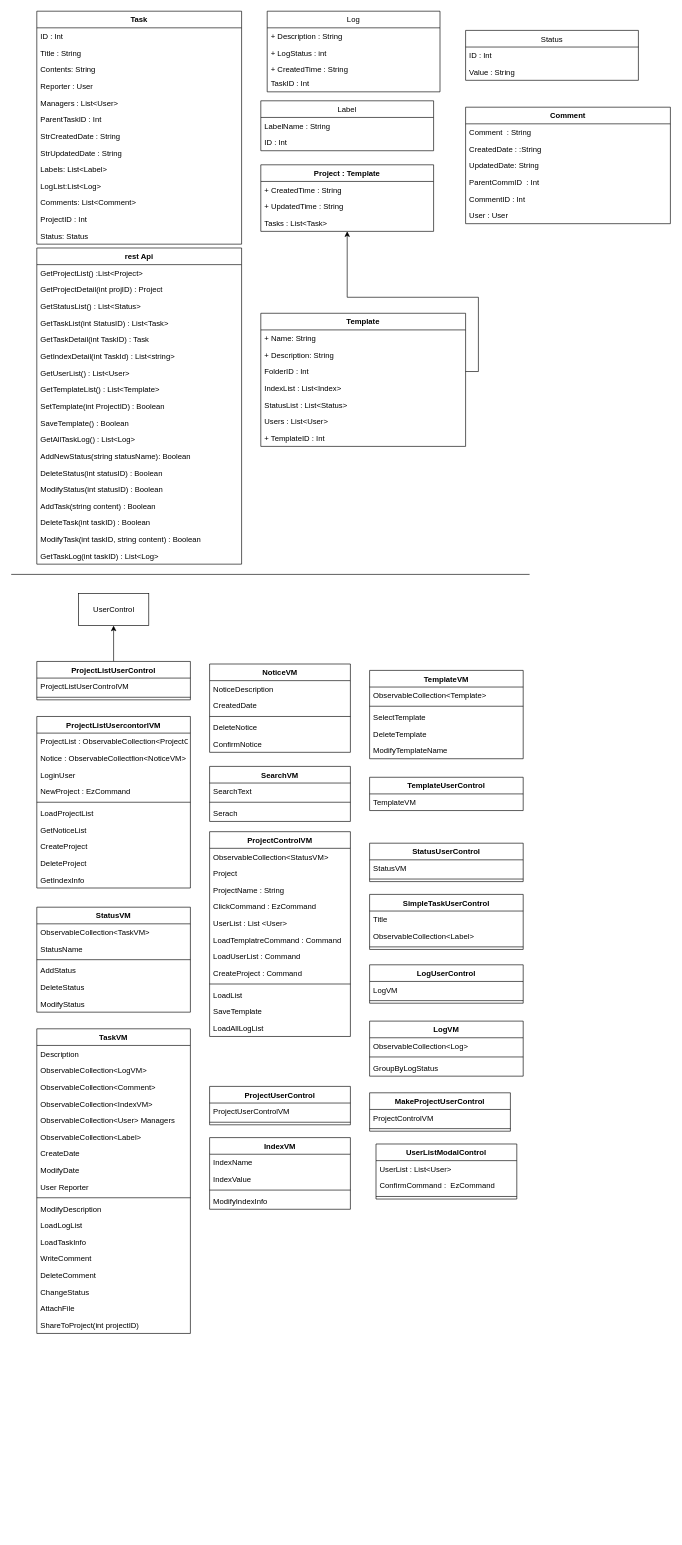
Before: Untitled Diagram.drawio in InsoooooooooJANG/TIL, a draw.io diagram. Source tidied: cells renumbered, new cells numbered last; positions are measured from the earlier drawing's top-left corner, leaving out a move shared by most shapes. Both pictures are drawn from the tidied source at 64%, with x=0, y=0 at pixel (11, 11).
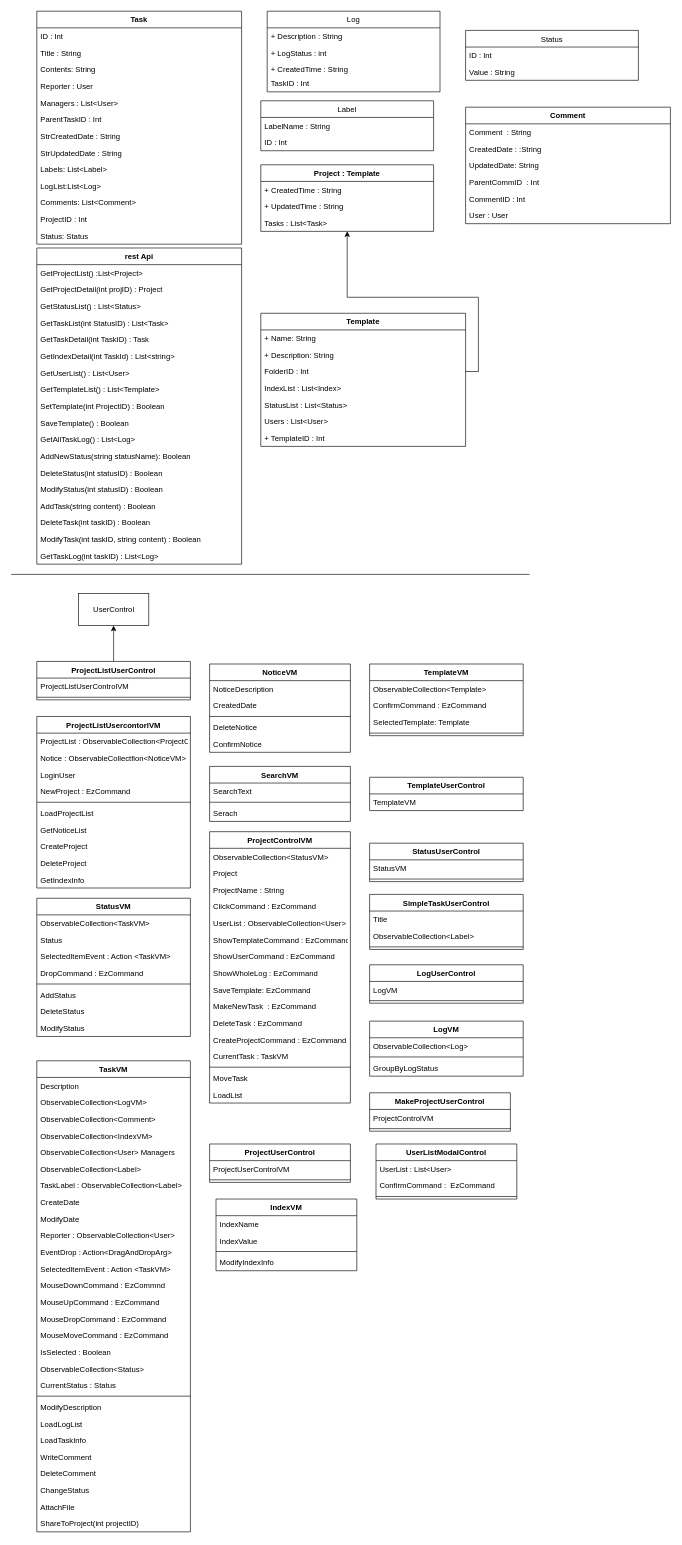
Above is the later version.

The edit, as a diff of the source:
```diff
@@
     <mxCell id="66" value="StatusVM" style="swimlane;fontStyle=1;align=center;verticalAlign=top;horizontal=1;startSize=26;" parent="1" vertex="1">
-      <mxGeometry x="40" y="1400" width="240" height="164" as="geometry" />
+      <mxGeometry x="40" y="1386" width="240" height="216" as="geometry" />
     </mxCell>
@@
-    <mxCell id="68" value="StatusName" style="text;strokeColor=none;fillColor=none;align=left;verticalAlign=top;spacingLeft=4;spacingRight=4;overflow=hidden;" parent="66" vertex="1">
+    <mxCell id="68" value="Status" style="text;strokeColor=none;fillColor=none;align=left;verticalAlign=top;spacingLeft=4;spacingRight=4;overflow=hidden;" parent="66" vertex="1">
       <mxGeometry y="52" width="240" height="26" as="geometry" />
     </mxCell>
+    <mxCell id="169" value="SelectedItemEvent : Action &lt;TaskVM&gt; " style="text;strokeColor=none;fillColor=none;align=left;verticalAlign=top;spacingLeft=4;spacingRight=4;overflow=hidden;" parent="66" vertex="1">
+      <mxGeometry y="78" width="240" height="26" as="geometry" />
+    </mxCell>
+    <mxCell id="170" value="DropCommand : EzCommand" style="text;strokeColor=none;fillColor=none;align=left;verticalAlign=top;spacingLeft=4;spacingRight=4;overflow=hidden;" parent="66" vertex="1">
+      <mxGeometry y="104" width="240" height="26" as="geometry" />
+    </mxCell>
     <mxCell id="69" style="line;strokeWidth=1;fillColor=none;align=left;verticalAlign=middle;spacingTop=-1;spacingLeft=3;spacingRight=3;labelPosition=right;" parent="66" vertex="1">
-      <mxGeometry y="78" width="240" height="8" as="geometry" />
+      <mxGeometry y="130" width="240" height="8" as="geometry" />
     </mxCell>
     <mxCell id="70" value="AddStatus" style="text;strokeColor=none;fillColor=none;align=left;verticalAlign=top;spacingLeft=4;spacingRight=4;overflow=hidden;" parent="66" vertex="1">
-      <mxGeometry y="86" width="240" height="26" as="geometry" />
+      <mxGeometry y="138" width="240" height="26" as="geometry" />
     </mxCell>
     <mxCell id="71" value="DeleteStatus" style="text;strokeColor=none;fillColor=none;align=left;verticalAlign=top;spacingLeft=4;spacingRight=4;overflow=hidden;" parent="66" vertex="1">
-      <mxGeometry y="112" width="240" height="26" as="geometry" />
+      <mxGeometry y="164" width="240" height="26" as="geometry" />
     </mxCell>
     <mxCell id="72" value="ModifyStatus" style="text;strokeColor=none;fillColor=none;align=left;verticalAlign=top;spacingLeft=4;spacingRight=4;overflow=hidden;" parent="66" vertex="1">
-      <mxGeometry y="138" width="240" height="26" as="geometry" />
+      <mxGeometry y="190" width="240" height="26" as="geometry" />
     </mxCell>
     <mxCell id="73" value="ProjectControlVM" style="swimlane;fontStyle=1;align=center;verticalAlign=top;horizontal=1;startSize=26;" parent="1" vertex="1">
-      <mxGeometry x="310" y="1282" width="220" height="320" as="geometry" />
+      <mxGeometry x="310" y="1282" width="220" height="424" as="geometry" />
     </mxCell>
@@
-    <mxCell id="78" value="UserList : List &lt;User&gt;" style="text;strokeColor=none;fillColor=none;align=left;verticalAlign=top;spacingLeft=4;spacingRight=4;overflow=hidden;" parent="73" vertex="1">
+    <mxCell id="78" value="UserList : ObservableCollection&lt;User&gt;" style="text;strokeColor=none;fillColor=none;align=left;verticalAlign=top;spacingLeft=4;spacingRight=4;overflow=hidden;" parent="73" vertex="1">
       <mxGeometry y="130" width="220" height="26" as="geometry" />
     </mxCell>
-    <mxCell id="79" value="LoadTemplatreCommand : Command" style="text;strokeColor=none;fillColor=none;align=left;verticalAlign=top;spacingLeft=4;spacingRight=4;overflow=hidden;" parent="73" vertex="1">
+    <mxCell id="79" value="ShowTemplateCommand : EzCommand" style="text;strokeColor=none;fillColor=none;align=left;verticalAlign=top;spacingLeft=4;spacingRight=4;overflow=hidden;" parent="73" vertex="1">
       <mxGeometry y="156" width="220" height="26" as="geometry" />
     </mxCell>
-    <mxCell id="80" value="LoadUserList : Command" style="text;strokeColor=none;fillColor=none;align=left;verticalAlign=top;spacingLeft=4;spacingRight=4;overflow=hidden;" parent="73" vertex="1">
-      <mxGeometry y="182" width="220" height="26" as="geometry" />
-    </mxCell>
+    <mxCell id="171" value="ShowUserCommand : EzCommand" style="text;strokeColor=none;fillColor=none;align=left;verticalAlign=top;spacingLeft=4;spacingRight=4;overflow=hidden;" parent="73" vertex="1">
+      <mxGeometry y="182" width="220" height="26" as="geometry" />
+    </mxCell>
+    <mxCell id="172" value="ShowWholeLog : EzCommand" style="text;strokeColor=none;fillColor=none;align=left;verticalAlign=top;spacingLeft=4;spacingRight=4;overflow=hidden;" parent="73" vertex="1">
+      <mxGeometry y="208" width="220" height="26" as="geometry" />
+    </mxCell>
-    <mxCell id="81" value="CreateProject : Command" style="text;strokeColor=none;fillColor=none;align=left;verticalAlign=top;spacingLeft=4;spacingRight=4;overflow=hidden;" parent="73" vertex="1">
-      <mxGeometry y="208" width="220" height="26" as="geometry" />
+    <mxCell id="81" value="SaveTemplate: EzCommand" style="text;strokeColor=none;fillColor=none;align=left;verticalAlign=top;spacingLeft=4;spacingRight=4;overflow=hidden;" parent="73" vertex="1">
+      <mxGeometry y="234" width="220" height="26" as="geometry" />
     </mxCell>
+    <mxCell id="173" value="MakeNewTask  : EzCommand" style="text;strokeColor=none;fillColor=none;align=left;verticalAlign=top;spacingLeft=4;spacingRight=4;overflow=hidden;" parent="73" vertex="1">
+      <mxGeometry y="260" width="220" height="26" as="geometry" />
+    </mxCell>
+    <mxCell id="174" value="DeleteTask : EzCommand" style="text;strokeColor=none;fillColor=none;align=left;verticalAlign=top;spacingLeft=4;spacingRight=4;overflow=hidden;" parent="73" vertex="1">
+      <mxGeometry y="286" width="220" height="26" as="geometry" />
+    </mxCell>
+    <mxCell id="175" value="CreateProjectCommand : EzCommand" style="text;strokeColor=none;fillColor=none;align=left;verticalAlign=top;spacingLeft=4;spacingRight=4;overflow=hidden;" parent="73" vertex="1">
+      <mxGeometry y="312" width="220" height="26" as="geometry" />
+    </mxCell>
+    <mxCell id="176" value="CurrentTask : TaskVM" style="text;strokeColor=none;fillColor=none;align=left;verticalAlign=top;spacingLeft=4;spacingRight=4;overflow=hidden;" parent="73" vertex="1">
+      <mxGeometry y="338" width="220" height="26" as="geometry" />
+    </mxCell>
     <mxCell id="82" style="line;strokeWidth=1;fillColor=none;align=left;verticalAlign=middle;spacingTop=-1;spacingLeft=3;spacingRight=3;labelPosition=right;" parent="73" vertex="1">
-      <mxGeometry y="234" width="220" height="8" as="geometry" />
+      <mxGeometry y="364" width="220" height="8" as="geometry" />
     </mxCell>
+    <mxCell id="177" value="MoveTask " style="text;strokeColor=none;fillColor=none;align=left;verticalAlign=top;spacingLeft=4;spacingRight=4;overflow=hidden;" parent="73" vertex="1">
+      <mxGeometry y="372" width="220" height="26" as="geometry" />
+    </mxCell>
     <mxCell id="83" value="LoadList" style="text;strokeColor=none;fillColor=none;align=left;verticalAlign=top;spacingLeft=4;spacingRight=4;overflow=hidden;" parent="73" vertex="1">
-      <mxGeometry y="242" width="220" height="26" as="geometry" />
+      <mxGeometry y="398" width="220" height="26" as="geometry" />
     </mxCell>
-    <mxCell id="84" value="SaveTemplate" style="text;strokeColor=none;fillColor=none;align=left;verticalAlign=top;spacingLeft=4;spacingRight=4;overflow=hidden;" parent="73" vertex="1">
-      <mxGeometry y="268" width="220" height="26" as="geometry" />
-    </mxCell>
-    <mxCell id="85" value="LoadAllLogList" style="text;strokeColor=none;fillColor=none;align=left;verticalAlign=top;spacingLeft=4;spacingRight=4;overflow=hidden;" parent="73" vertex="1">
-      <mxGeometry y="294" width="220" height="26" as="geometry" />
-    </mxCell>
@@
     <mxCell id="96" value="TaskVM" style="swimlane;fontStyle=1;align=center;verticalAlign=top;horizontal=1;startSize=26;" parent="1" vertex="1">
-      <mxGeometry x="40" y="1590" width="240" height="476" as="geometry" />
+      <mxGeometry x="40" y="1640" width="240" height="736" as="geometry" />
     </mxCell>
@@
+    <mxCell id="178" value="TaskLabel : ObservableCollection&lt;Label&gt;" style="text;strokeColor=none;fillColor=none;align=left;verticalAlign=top;spacingLeft=4;spacingRight=4;overflow=hidden;" parent="96" vertex="1">
+      <mxGeometry y="182" width="240" height="26" as="geometry" />
+    </mxCell>
     <mxCell id="103" value="CreateDate" style="text;strokeColor=none;fillColor=none;align=left;verticalAlign=top;spacingLeft=4;spacingRight=4;overflow=hidden;" parent="96" vertex="1">
-      <mxGeometry y="182" width="240" height="26" as="geometry" />
+      <mxGeometry y="208" width="240" height="26" as="geometry" />
     </mxCell>
     <mxCell id="104" value="ModifyDate" style="text;strokeColor=none;fillColor=none;align=left;verticalAlign=top;spacingLeft=4;spacingRight=4;overflow=hidden;" parent="96" vertex="1">
-      <mxGeometry y="208" width="240" height="26" as="geometry" />
+      <mxGeometry y="234" width="240" height="26" as="geometry" />
     </mxCell>
+    <mxCell id="179" value="Reporter : ObservableCollection&lt;User&gt;" style="text;strokeColor=none;fillColor=none;align=left;verticalAlign=top;spacingLeft=4;spacingRight=4;overflow=hidden;" parent="96" vertex="1">
+      <mxGeometry y="260" width="240" height="26" as="geometry" />
+    </mxCell>
+    <mxCell id="180" value="EventDrop : Action&lt;DragAndDropArg&gt;" style="text;strokeColor=none;fillColor=none;align=left;verticalAlign=top;spacingLeft=4;spacingRight=4;overflow=hidden;" parent="96" vertex="1">
+      <mxGeometry y="286" width="240" height="26" as="geometry" />
+    </mxCell>
+    <mxCell id="181" value="SelectedItemEvent : Action &lt;TaskVM&gt; " style="text;strokeColor=none;fillColor=none;align=left;verticalAlign=top;spacingLeft=4;spacingRight=4;overflow=hidden;" parent="96" vertex="1">
+      <mxGeometry y="312" width="240" height="26" as="geometry" />
+    </mxCell>
+    <mxCell id="182" value="MouseDownCommand : EzCommnd" style="text;strokeColor=none;fillColor=none;align=left;verticalAlign=top;spacingLeft=4;spacingRight=4;overflow=hidden;" parent="96" vertex="1">
+      <mxGeometry y="338" width="240" height="26" as="geometry" />
+    </mxCell>
+    <mxCell id="183" value="MouseUpCommand : EzCommand" style="text;strokeColor=none;fillColor=none;align=left;verticalAlign=top;spacingLeft=4;spacingRight=4;overflow=hidden;" parent="96" vertex="1">
+      <mxGeometry y="364" width="240" height="26" as="geometry" />
+    </mxCell>
-    <mxCell id="105" value="User Reporter" style="text;strokeColor=none;fillColor=none;align=left;verticalAlign=top;spacingLeft=4;spacingRight=4;overflow=hidden;" parent="96" vertex="1">
-      <mxGeometry y="234" width="240" height="26" as="geometry" />
+    <mxCell id="105" value="MouseDropCommand : EzCommand" style="text;strokeColor=none;fillColor=none;align=left;verticalAlign=top;spacingLeft=4;spacingRight=4;overflow=hidden;" parent="96" vertex="1">
+      <mxGeometry y="390" width="240" height="26" as="geometry" />
     </mxCell>
+    <mxCell id="184" value="MouseMoveCommand : EzCommand" style="text;strokeColor=none;fillColor=none;align=left;verticalAlign=top;spacingLeft=4;spacingRight=4;overflow=hidden;" parent="96" vertex="1">
+      <mxGeometry y="416" width="240" height="26" as="geometry" />
+    </mxCell>
+    <mxCell id="185" value="IsSelected : Boolean" style="text;strokeColor=none;fillColor=none;align=left;verticalAlign=top;spacingLeft=4;spacingRight=4;overflow=hidden;" parent="96" vertex="1">
+      <mxGeometry y="442" width="240" height="26" as="geometry" />
+    </mxCell>
+    <mxCell id="186" value="ObservableCollection&lt;Status&gt;" style="text;strokeColor=none;fillColor=none;align=left;verticalAlign=top;spacingLeft=4;spacingRight=4;overflow=hidden;" parent="96" vertex="1">
+      <mxGeometry y="468" width="240" height="26" as="geometry" />
+    </mxCell>
+    <mxCell id="187" value="CurrentStatus : Status" style="text;strokeColor=none;fillColor=none;align=left;verticalAlign=top;spacingLeft=4;spacingRight=4;overflow=hidden;" parent="96" vertex="1">
+      <mxGeometry y="494" width="240" height="26" as="geometry" />
+    </mxCell>
     <mxCell id="106" style="line;strokeWidth=1;fillColor=none;align=left;verticalAlign=middle;spacingTop=-1;spacingLeft=3;spacingRight=3;labelPosition=right;" parent="96" vertex="1">
-      <mxGeometry y="260" width="240" height="8" as="geometry" />
+      <mxGeometry y="520" width="240" height="8" as="geometry" />
     </mxCell>
     <mxCell id="107" value="ModifyDescription" style="text;strokeColor=none;fillColor=none;align=left;verticalAlign=top;spacingLeft=4;spacingRight=4;overflow=hidden;" parent="96" vertex="1">
-      <mxGeometry y="268" width="240" height="26" as="geometry" />
+      <mxGeometry y="528" width="240" height="26" as="geometry" />
     </mxCell>
     <mxCell id="108" value="LoadLogList" style="text;strokeColor=none;fillColor=none;align=left;verticalAlign=top;spacingLeft=4;spacingRight=4;overflow=hidden;" parent="96" vertex="1">
-      <mxGeometry y="294" width="240" height="26" as="geometry" />
+      <mxGeometry y="554" width="240" height="26" as="geometry" />
     </mxCell>
     <mxCell id="109" value="LoadTaskInfo" style="text;strokeColor=none;fillColor=none;align=left;verticalAlign=top;spacingLeft=4;spacingRight=4;overflow=hidden;" parent="96" vertex="1">
-      <mxGeometry y="320" width="240" height="26" as="geometry" />
+      <mxGeometry y="580" width="240" height="26" as="geometry" />
     </mxCell>
     <mxCell id="110" value="WriteComment" style="text;strokeColor=none;fillColor=none;align=left;verticalAlign=top;spacingLeft=4;spacingRight=4;overflow=hidden;" parent="96" vertex="1">
-      <mxGeometry y="346" width="240" height="26" as="geometry" />
+      <mxGeometry y="606" width="240" height="26" as="geometry" />
     </mxCell>
     <mxCell id="111" value="DeleteComment" style="text;strokeColor=none;fillColor=none;align=left;verticalAlign=top;spacingLeft=4;spacingRight=4;overflow=hidden;" parent="96" vertex="1">
-      <mxGeometry y="372" width="240" height="26" as="geometry" />
+      <mxGeometry y="632" width="240" height="26" as="geometry" />
     </mxCell>
     <mxCell id="112" value="ChangeStatus" style="text;strokeColor=none;fillColor=none;align=left;verticalAlign=top;spacingLeft=4;spacingRight=4;overflow=hidden;" parent="96" vertex="1">
-      <mxGeometry y="398" width="240" height="26" as="geometry" />
+      <mxGeometry y="658" width="240" height="26" as="geometry" />
     </mxCell>
     <mxCell id="113" value="AttachFile" style="text;strokeColor=none;fillColor=none;align=left;verticalAlign=top;spacingLeft=4;spacingRight=4;overflow=hidden;" parent="96" vertex="1">
-      <mxGeometry y="424" width="240" height="26" as="geometry" />
+      <mxGeometry y="684" width="240" height="26" as="geometry" />
     </mxCell>
     <mxCell id="114" value="ShareToProject(int projectID)" style="text;strokeColor=none;fillColor=none;align=left;verticalAlign=top;spacingLeft=4;spacingRight=4;overflow=hidden;" parent="96" vertex="1">
-      <mxGeometry y="450" width="240" height="26" as="geometry" />
+      <mxGeometry y="710" width="240" height="26" as="geometry" />
     </mxCell>
@@
     <mxCell id="118" value="ProjectUserControl" style="swimlane;fontStyle=1;align=center;verticalAlign=top;horizontal=1;startSize=26;" parent="1" vertex="1">
-      <mxGeometry x="310" y="1680" width="220" height="60" as="geometry" />
+      <mxGeometry x="310" y="1770" width="220" height="60" as="geometry" />
     </mxCell>
@@
     <mxCell id="143" value="TemplateVM" style="swimlane;fontStyle=1;align=center;verticalAlign=top;horizontal=1;startSize=26;" parent="1" vertex="1">
-      <mxGeometry x="560" y="1030" width="240" height="138" as="geometry" />
+      <mxGeometry x="560" y="1020" width="240" height="112" as="geometry" />
     </mxCell>
-    <mxCell id="144" value="ObservableCollection&lt;Template&gt;" style="text;strokeColor=none;fillColor=none;align=left;verticalAlign=top;spacingLeft=4;spacingRight=4;overflow=hidden;" parent="143" vertex="1">
+    <mxCell id="144" value="ObservableCollection&lt;Template&gt;&#10;" style="text;strokeColor=none;fillColor=none;align=left;verticalAlign=top;spacingLeft=4;spacingRight=4;overflow=hidden;" parent="143" vertex="1">
       <mxGeometry y="26" width="240" height="26" as="geometry" />
     </mxCell>
+    <mxCell id="188" value="ConfirmCommand : EzCommand" style="text;strokeColor=none;fillColor=none;align=left;verticalAlign=top;spacingLeft=4;spacingRight=4;overflow=hidden;" parent="143" vertex="1">
+      <mxGeometry y="52" width="240" height="26" as="geometry" />
+    </mxCell>
+    <mxCell id="189" value="SelectedTemplate: Template" style="text;strokeColor=none;fillColor=none;align=left;verticalAlign=top;spacingLeft=4;spacingRight=4;overflow=hidden;" parent="143" vertex="1">
+      <mxGeometry y="78" width="240" height="26" as="geometry" />
+    </mxCell>
     <mxCell id="145" style="line;strokeWidth=1;fillColor=none;align=left;verticalAlign=middle;spacingTop=-1;spacingLeft=3;spacingRight=3;labelPosition=right;" parent="143" vertex="1">
-      <mxGeometry y="52" width="240" height="8" as="geometry" />
+      <mxGeometry y="104" width="240" height="8" as="geometry" />
     </mxCell>
-    <mxCell id="146" value="SelectTemplate" style="text;strokeColor=none;fillColor=none;align=left;verticalAlign=top;spacingLeft=4;spacingRight=4;overflow=hidden;" parent="143" vertex="1">
-      <mxGeometry y="60" width="240" height="26" as="geometry" />
-    </mxCell>
-    <mxCell id="147" value="DeleteTemplate" style="text;strokeColor=none;fillColor=none;align=left;verticalAlign=top;spacingLeft=4;spacingRight=4;overflow=hidden;" parent="143" vertex="1">
-      <mxGeometry y="86" width="240" height="26" as="geometry" />
-    </mxCell>
-    <mxCell id="148" value="ModifyTemplateName" style="text;strokeColor=none;fillColor=none;align=left;verticalAlign=top;spacingLeft=4;spacingRight=4;overflow=hidden;" parent="143" vertex="1">
-      <mxGeometry y="112" width="240" height="26" as="geometry" />
-    </mxCell>
@@
     <mxCell id="156" value="IndexVM" style="swimlane;fontStyle=1;align=center;verticalAlign=top;horizontal=1;startSize=26;" parent="1" vertex="1">
-      <mxGeometry x="310" y="1760" width="220" height="112" as="geometry" />
+      <mxGeometry x="320" y="1856" width="220" height="112" as="geometry" />
     </mxCell>
```
